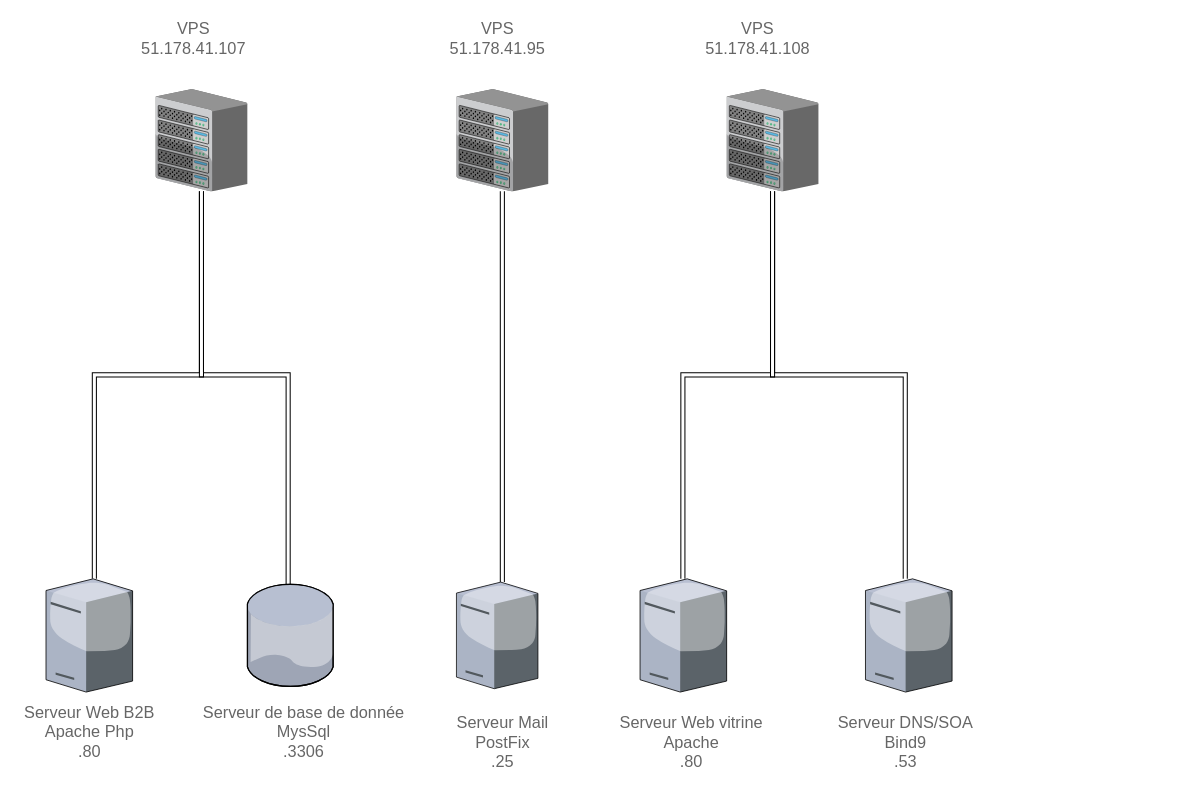
Above: documents/SchémaPhysique.drawio in Frodon001/2tl2AdminGr9 (draw.io), before the change. Source tidied: cells renumbered, new cells numbered last; positions are measured from the earlier drawing's top-left corner, leaving out a move shared by most shapes. Both pictures are drawn from the tidied source at 102%, with x=0, y=0 at pixel (17, 17).
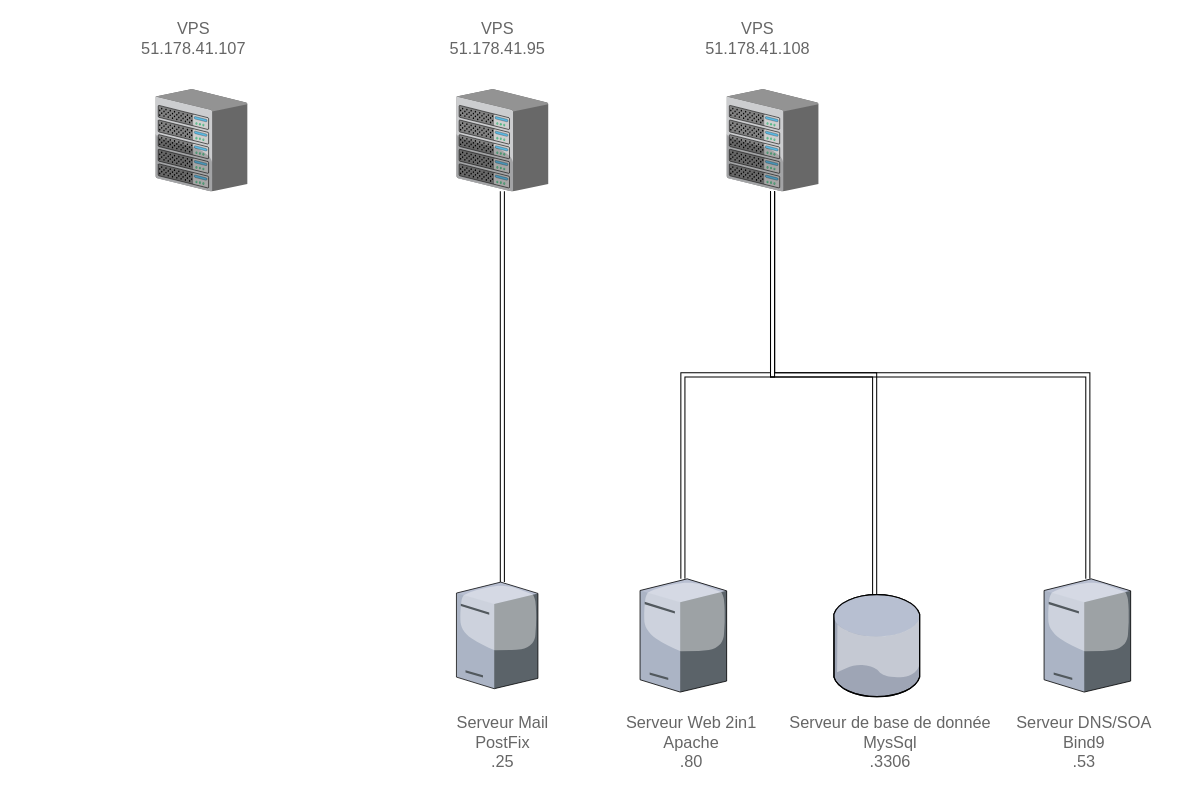
After the change.

Commit message (it also covers changes not shown here):
maj schéma physique

The change refers to these unchanged cells:
```xml
<mxCell id="10" style="verticalLabelPosition=bottom;html=1;verticalAlign=top;strokeColor=#6881B3;align=center;outlineConnect=0;shape=mxgraph.citrix.chassis;fontFamily=Helvetica;fontSize=16;fontColor=#0066CC;strokeWidth=2;fillColor=#CCCCCC;" parent="1" vertex="1">
  <mxGeometry x="135" y="70" width="90" height="100" as="geometry" />
</mxCell>
<mxCell id="13" style="verticalLabelPosition=bottom;html=1;verticalAlign=top;strokeColor=#6881B3;align=center;outlineConnect=0;shape=mxgraph.citrix.chassis;fontFamily=Helvetica;fontSize=16;fontColor=#0066CC;strokeWidth=2;fillColor=#CCCCCC;" parent="1" vertex="1">
  <mxGeometry x="694.9" y="70" width="90" height="100" as="geometry" />
</mxCell>
<mxCell id="17" style="verticalLabelPosition=bottom;html=1;verticalAlign=top;strokeColor=none;align=center;outlineConnect=0;shape=mxgraph.citrix.license_server;fontSize=16;" parent="1" vertex="1">
  <mxGeometry x="610" y="550" width="84.9" height="111" as="geometry" />
</mxCell>
```

Change to the diagram source:
```diff
@@
-    <mxCell id="5" value="&lt;font style=&quot;font-size: 16px&quot; color=&quot;#666666&quot;&gt;Serveur Web vitrine&lt;br style=&quot;font-size: 16px&quot;&gt;Apache&lt;br style=&quot;font-size: 16px&quot;&gt;.80&lt;br style=&quot;font-size: 16px&quot;&gt;&lt;/font&gt;" style="text;html=1;align=center;verticalAlign=middle;fontSize=16;" parent="1" vertex="1">
-      <mxGeometry x="580" y="680" width="160" height="60" as="geometry" />
+    <mxCell id="5" value="&lt;font style=&quot;font-size: 16px&quot; color=&quot;#666666&quot;&gt;Serveur Web 2in1&lt;br style=&quot;font-size: 16px&quot;&gt;Apache&lt;br style=&quot;font-size: 16px&quot;&gt;.80&lt;br style=&quot;font-size: 16px&quot;&gt;&lt;/font&gt;" style="text;html=1;align=center;verticalAlign=middle;fontSize=16;" parent="1" vertex="1">
+      <mxGeometry x="590" y="680" width="140" height="60" as="geometry" />
     </mxCell>
     <mxCell id="6" value="&lt;font style=&quot;font-size: 16px;&quot; color=&quot;#666666&quot;&gt;Serveur DNS/SOA&lt;br style=&quot;font-size: 16px;&quot;&gt;Bind9&lt;br style=&quot;font-size: 16px;&quot;&gt;.53&lt;br style=&quot;font-size: 16px;&quot;&gt;&lt;/font&gt;" style="text;html=1;align=center;verticalAlign=middle;fontSize=16;" parent="1" vertex="1">
-      <mxGeometry x="795" y="680" width="150" height="60" as="geometry" />
+      <mxGeometry x="970.1" y="680" width="150" height="60" as="geometry" />
     </mxCell>
-    <mxCell id="7" value="&lt;font style=&quot;font-size: 16px;&quot; color=&quot;#666666&quot;&gt;Serveur de base de donnée&lt;br style=&quot;font-size: 16px;&quot;&gt;MysSql&lt;br style=&quot;font-size: 16px;&quot;&gt;.3306&lt;br style=&quot;font-size: 16px;&quot;&gt;&lt;/font&gt;" style="text;html=1;align=center;verticalAlign=middle;fontSize=16;" parent="1" vertex="1">
-      <mxGeometry x="175" y="670" width="210" height="60" as="geometry" />
-    </mxCell>
-    <mxCell id="8" style="edgeStyle=orthogonalEdgeStyle;rounded=0;jettySize=auto;html=1;fontSize=16;shape=link;" parent="1" edge="1" source="10" target="16">
-      <mxGeometry relative="1" as="geometry">
-        <Array as="points">
-          <mxPoint x="180" y="350" />
-          <mxPoint x="75" y="350" />
-        </Array>
-      </mxGeometry>
-    </mxCell>
-    <mxCell id="9" style="edgeStyle=orthogonalEdgeStyle;rounded=0;jettySize=auto;html=1;fontSize=16;shape=link;" parent="1" edge="1" source="10" target="18">
-      <mxGeometry relative="1" as="geometry">
-        <Array as="points">
-          <mxPoint x="180" y="350" />
-          <mxPoint x="265" y="350" />
-        </Array>
-      </mxGeometry>
-    </mxCell>
@@
+    <mxCell id="12" style="edgeStyle=orthogonalEdgeStyle;shape=link;rounded=0;jettySize=auto;html=1;fontSize=16;" parent="1" edge="1" source="13" target="17">
+      <mxGeometry relative="1" as="geometry">
+        <Array as="points">
+          <mxPoint x="740" y="350" />
+          <mxPoint x="652" y="350" />
+        </Array>
+      </mxGeometry>
+    </mxCell>
-    <mxCell id="11" style="edgeStyle=orthogonalEdgeStyle;shape=link;rounded=0;jettySize=auto;html=1;fontSize=16;" parent="1" edge="1" source="13" target="20">
+    <mxCell id="11" style="edgeStyle=orthogonalEdgeStyle;rounded=0;jettySize=auto;html=1;shape=link;" parent="1" edge="1" source="13" target="20">
       <mxGeometry relative="1" as="geometry">
         <Array as="points">
           <mxPoint x="740" y="350" />
-          <mxPoint x="870" y="350" />
+          <mxPoint x="1049" y="350" />
         </Array>
       </mxGeometry>
     </mxCell>
-    <mxCell id="12" style="edgeStyle=orthogonalEdgeStyle;shape=link;rounded=0;jettySize=auto;html=1;fontSize=16;" parent="1" edge="1" source="13" target="17">
-      <mxGeometry relative="1" as="geometry">
-        <Array as="points">
-          <mxPoint x="740" y="350" />
-          <mxPoint x="652" y="350" />
-        </Array>
-      </mxGeometry>
-    </mxCell>
+    <mxCell id="23" style="edgeStyle=orthogonalEdgeStyle;shape=link;rounded=0;jettySize=auto;html=1;" parent="1" edge="1" source="13" target="24">
+      <mxGeometry relative="1" as="geometry">
+        <Array as="points">
+          <mxPoint x="740" y="350" />
+          <mxPoint x="840" y="350" />
+        </Array>
+      </mxGeometry>
+    </mxCell>
@@
-    <mxCell id="16" style="verticalLabelPosition=bottom;html=1;verticalAlign=top;strokeColor=none;align=center;outlineConnect=0;shape=mxgraph.citrix.license_server;fontSize=16;" parent="1" vertex="1">
-      <mxGeometry x="27.6" y="550" width="84.9" height="111" as="geometry" />
-    </mxCell>
@@
-    <mxCell id="18" style="verticalLabelPosition=bottom;html=1;verticalAlign=top;strokeColor=none;align=center;outlineConnect=0;shape=mxgraph.citrix.database;fontSize=16;" parent="1" vertex="1">
-      <mxGeometry x="225" y="555.5" width="85" height="100" as="geometry" />
-    </mxCell>
-    <mxCell id="19" value="&lt;font style=&quot;font-size: 16px&quot; color=&quot;#666666&quot;&gt;Serveur Web B2B&lt;br&gt;Apache Php&lt;br style=&quot;font-size: 16px&quot;&gt;.80&lt;br style=&quot;font-size: 16px&quot;&gt;&lt;/font&gt;" style="text;html=1;align=center;verticalAlign=middle;fontSize=16;" parent="1" vertex="1">
-      <mxGeometry y="670" width="140" height="60" as="geometry" />
-    </mxCell>
     <mxCell id="20" style="verticalLabelPosition=bottom;html=1;verticalAlign=top;strokeColor=none;align=center;outlineConnect=0;shape=mxgraph.citrix.tower_server;fontSize=16;" parent="1" vertex="1">
-      <mxGeometry x="831" y="550" width="84.9" height="111" as="geometry" />
+      <mxGeometry x="1006.1" y="550" width="84.9" height="111" as="geometry" />
     </mxCell>
@@
+    <mxCell id="7" value="&lt;font style=&quot;font-size: 16px;&quot; color=&quot;#666666&quot;&gt;Serveur de base de donnée&lt;br style=&quot;font-size: 16px;&quot;&gt;MysSql&lt;br style=&quot;font-size: 16px;&quot;&gt;.3306&lt;br style=&quot;font-size: 16px;&quot;&gt;&lt;/font&gt;" style="text;html=1;align=center;verticalAlign=middle;fontSize=16;" parent="1" vertex="1">
+      <mxGeometry x="750" y="680" width="210" height="60" as="geometry" />
+    </mxCell>
+    <mxCell id="24" style="verticalLabelPosition=bottom;html=1;verticalAlign=top;strokeColor=none;align=center;outlineConnect=0;shape=mxgraph.citrix.database;fontSize=16;" parent="1" vertex="1">
+      <mxGeometry x="800" y="565.5" width="85" height="100" as="geometry" />
+    </mxCell>
```
